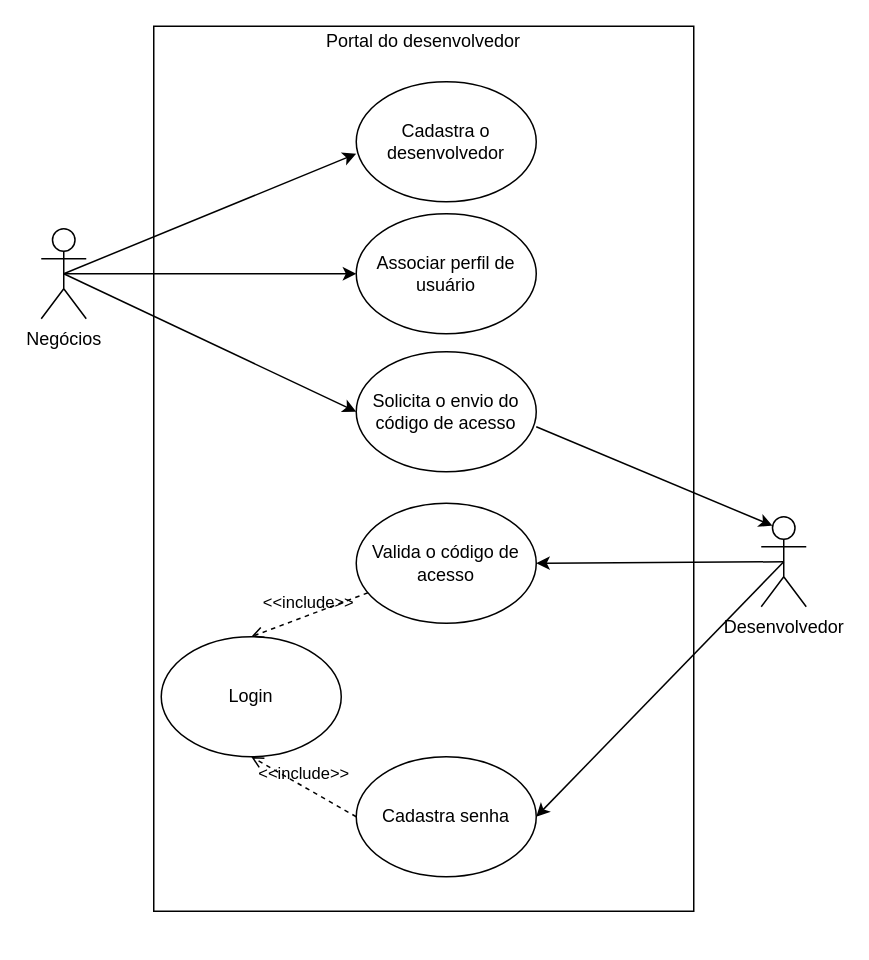
MelissaLobo/uml-use-case-diagram keeps this draw.io diagram as Untitled Diagram.drawio. Above is the earlier version. Source tidied: cells renumbered, new cells numbered last; positions are measured from the earlier drawing's top-left corner, leaving out a move shared by most shapes. Both pictures are drawn from the tidied source at 150%, with x=0, y=0 at pixel (40, 26).
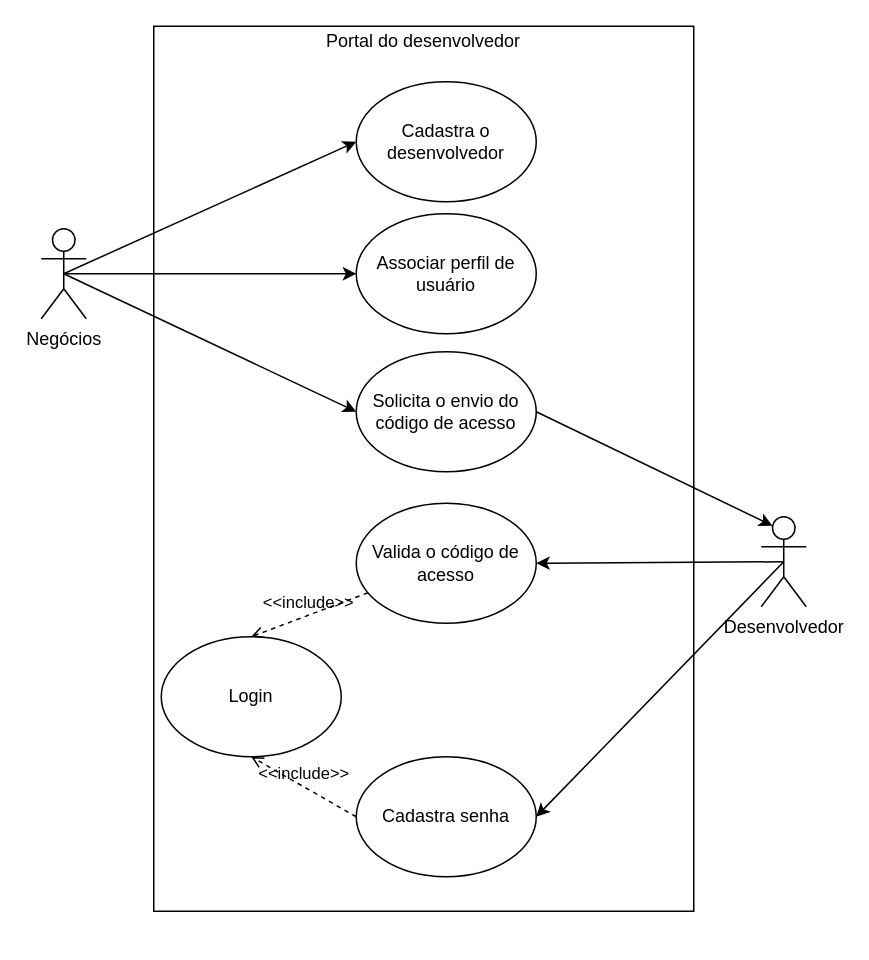
Above is the later version.

The change refers to these unchanged cells:
```xml
<mxCell id="3" value="Negócios" style="shape=umlActor;verticalLabelPosition=bottom;verticalAlign=top;html=1;outlineConnect=0;" parent="1" vertex="1">
  <mxGeometry y="135" width="30" height="60" as="geometry" />
</mxCell>
<mxCell id="4" value="Desenvolvedor" style="shape=umlActor;verticalLabelPosition=bottom;verticalAlign=top;html=1;outlineConnect=0;" parent="1" vertex="1">
  <mxGeometry x="480" y="327" width="30" height="60" as="geometry" />
</mxCell>
<mxCell id="5" value="Cadastra o desenvolvedor" style="ellipse;whiteSpace=wrap;html=1;" parent="1" vertex="1">
  <mxGeometry x="210" y="37" width="120" height="80" as="geometry" />
</mxCell>
<mxCell id="6" value="Solicita o envio do código de acesso" style="ellipse;whiteSpace=wrap;html=1;" parent="1" vertex="1">
  <mxGeometry x="210" y="217" width="120" height="80" as="geometry" />
</mxCell>
```

What changed in the source:
```diff
@@
-    <mxCell id="8" style="endArrow=classic;html=1;entryX=0;entryY=0.6;entryDx=0;entryDy=0;entryPerimeter=0;exitX=0.5;exitY=0.5;exitDx=0;exitDy=0;exitPerimeter=0;" parent="1" edge="1" source="3" target="5">
-      <mxGeometry relative="1" as="geometry" />
+    <mxCell id="8" style="endArrow=classic;html=1;exitX=0.5;exitY=0.5;exitDx=0;exitDy=0;exitPerimeter=0;" parent="1" edge="1" source="3">
+      <mxGeometry relative="1" as="geometry">
+        <mxPoint x="210" y="77" as="targetPoint" />
+      </mxGeometry>
     </mxCell>
@@
-    <mxCell id="19" style="endArrow=classic;html=1;exitX=1;exitY=0.625;exitDx=0;exitDy=0;exitPerimeter=0;entryX=0.25;entryY=0.1;entryDx=0;entryDy=0;entryPerimeter=0;" parent="1" edge="1" source="6" target="4">
-      <mxGeometry relative="1" as="geometry" />
+    <mxCell id="19" style="endArrow=classic;html=1;entryX=0.25;entryY=0.1;entryDx=0;entryDy=0;entryPerimeter=0;" parent="1" edge="1" target="4">
+      <mxGeometry relative="1" as="geometry">
+        <mxPoint x="330" y="257" as="sourcePoint" />
+      </mxGeometry>
     </mxCell>
```
